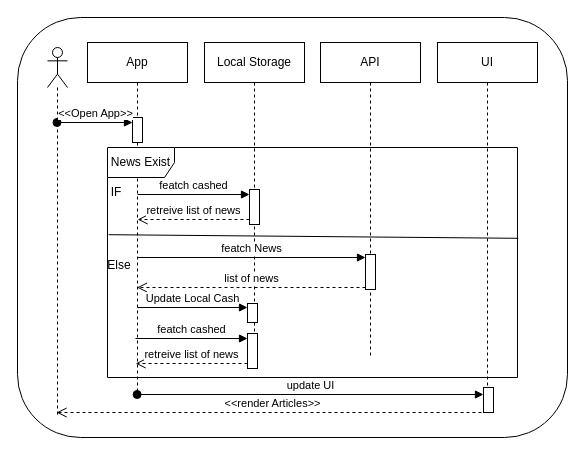
Hosny-Mohammed/SalamHack2025-Motqan keeps this draw.io diagram as page "Sequence Diagram" (4 of 4) of docs/diagrams.drawio. Above is the earlier version. Source tidied: cells renumbered, new cells numbered last; positions are measured from the earlier drawing's top-left corner, leaving out a move shared by most shapes. Both pictures are drawn from the tidied source at 100%, with x=0, y=0 at pixel (17, 17).
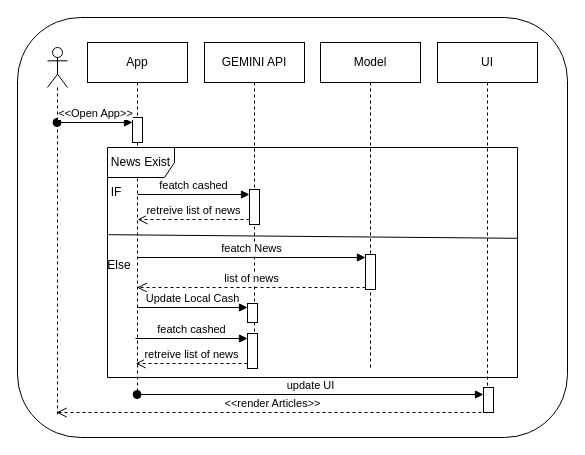
After the change.

Commit message (it also covers changes not shown here):
overview project context & domain model

What changed in the source:
```diff
@@
-    <mxCell id="6" value="Local Storage" style="shape=umlLifeline;perimeter=lifelinePerimeter;whiteSpace=wrap;html=1;newEdgeStyle={&quot;edgeStyle&quot;:&quot;elbowEdgeStyle&quot;,&quot;elbow&quot;:&quot;vertical&quot;,&quot;curved&quot;:0,&quot;rounded&quot;:0};" parent="1" vertex="1">
-      <mxGeometry x="187" y="25" width="100" height="325" as="geometry" />
+    <mxCell id="6" value="Model" style="shape=umlLifeline;perimeter=lifelinePerimeter;whiteSpace=wrap;html=1;newEdgeStyle={&quot;edgeStyle&quot;:&quot;elbowEdgeStyle&quot;,&quot;elbow&quot;:&quot;vertical&quot;,&quot;curved&quot;:0,&quot;rounded&quot;:0};" parent="1" vertex="1">
+      <mxGeometry x="303" y="25" width="100" height="325" as="geometry" />
     </mxCell>
@@
-    <mxCell id="9" value="API" style="shape=umlLifeline;perimeter=lifelinePerimeter;whiteSpace=wrap;html=1;newEdgeStyle={&quot;edgeStyle&quot;:&quot;elbowEdgeStyle&quot;,&quot;elbow&quot;:&quot;vertical&quot;,&quot;curved&quot;:0,&quot;rounded&quot;:0};" parent="1" vertex="1">
-      <mxGeometry x="303" y="25" width="100" height="315" as="geometry" />
+    <mxCell id="9" value="GEMINI API" style="shape=umlLifeline;perimeter=lifelinePerimeter;whiteSpace=wrap;html=1;newEdgeStyle={&quot;edgeStyle&quot;:&quot;elbowEdgeStyle&quot;,&quot;elbow&quot;:&quot;vertical&quot;,&quot;curved&quot;:0,&quot;rounded&quot;:0};" parent="1" vertex="1">
+      <mxGeometry x="187" y="25" width="100" height="315" as="geometry" />
     </mxCell>
```
